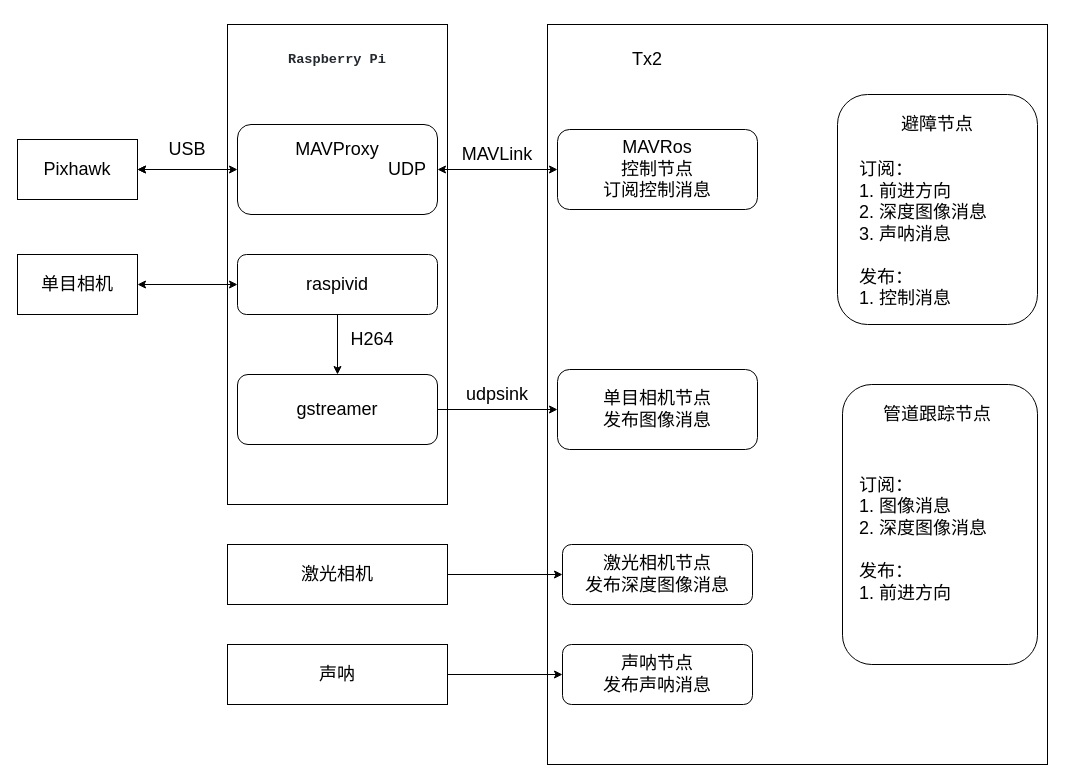
Above: Untitled Diagram.drawio in duaneya/tool_man (draw.io), before the change. Source tidied: cells renumbered, new cells numbered last; positions are measured from the earlier drawing's top-left corner, leaving out a move shared by most shapes. Both pictures are drawn from the tidied source at 100%, with x=0, y=0 at pixel (17, 24).
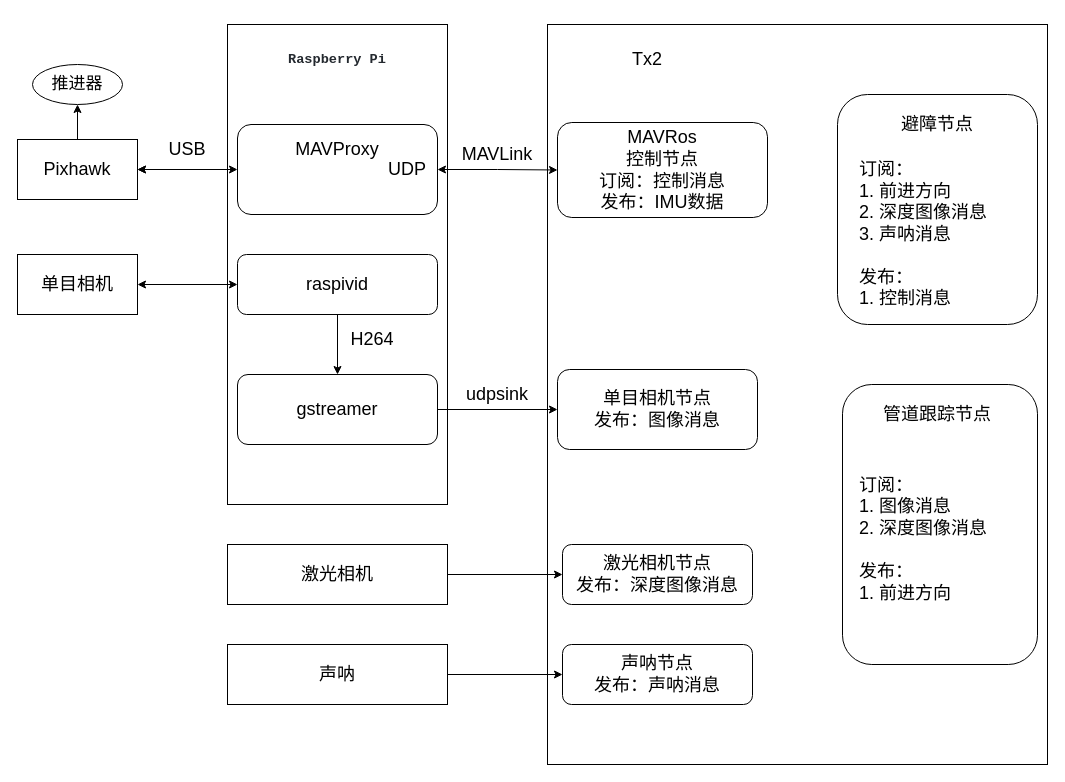
The same diagram, later.

The change refers to these unchanged cells:
```xml
<mxCell id="3" value="&lt;font style=&quot;font-size: 18px&quot;&gt;Pixhawk&lt;/font&gt;" style="rounded=0;whiteSpace=wrap;html=1;" parent="1" vertex="1">
  <mxGeometry y="115" width="120" height="60" as="geometry" />
</mxCell>
```

What changed in the source:
```diff
@@
+    <mxCell id="37" style="edgeStyle=orthogonalEdgeStyle;rounded=0;jettySize=auto;html=1;" parent="1" edge="1" source="3" target="38">
+      <mxGeometry relative="1" as="geometry" />
+    </mxCell>
@@
-    <mxCell id="11" value="MAVRos&lt;br&gt;控制节点&lt;br&gt;订阅控制消息" style="rounded=1;whiteSpace=wrap;html=1;fontSize=18;" parent="1" vertex="1">
-      <mxGeometry x="540" y="105" width="200" height="80" as="geometry" />
+    <mxCell id="11" value="MAVRos&lt;br&gt;控制节点&lt;br&gt;订阅：控制消息&lt;br&gt;发布：IMU数据" style="rounded=1;whiteSpace=wrap;html=1;fontSize=18;" parent="1" vertex="1">
+      <mxGeometry x="540" y="98" width="210" height="95" as="geometry" />
     </mxCell>
@@
-    <mxCell id="20" value="单目相机节点&lt;br&gt;发布图像消息" style="rounded=1;whiteSpace=wrap;html=1;fontSize=18;" parent="1" vertex="1">
+    <mxCell id="20" value="单目相机节点&lt;br&gt;发布：图像消息" style="rounded=1;whiteSpace=wrap;html=1;fontSize=18;" parent="1" vertex="1">
       <mxGeometry x="540" y="345" width="200" height="80" as="geometry" />
     </mxCell>
@@
-    <mxCell id="27" value="激光相机节点&lt;br&gt;发布深度图像消息" style="rounded=1;whiteSpace=wrap;html=1;fontSize=18;" parent="1" vertex="1">
+    <mxCell id="27" value="激光相机节点&lt;br&gt;发布：深度图像消息" style="rounded=1;whiteSpace=wrap;html=1;fontSize=18;" parent="1" vertex="1">
       <mxGeometry x="545" y="520" width="190" height="60" as="geometry" />
     </mxCell>
@@
-    <mxCell id="29" value="声呐节点&lt;br&gt;发布声呐消息" style="rounded=1;whiteSpace=wrap;html=1;fontSize=18;" parent="1" vertex="1">
+    <mxCell id="29" value="声呐节点&lt;br&gt;发布：声呐消息" style="rounded=1;whiteSpace=wrap;html=1;fontSize=18;" parent="1" vertex="1">
       <mxGeometry x="545" y="620" width="190" height="60" as="geometry" />
     </mxCell>
@@
+    <mxCell id="38" value="&lt;font style=&quot;font-size: 17px&quot;&gt;推进器&lt;/font&gt;" style="ellipse;whiteSpace=wrap;html=1;rounded=0;" parent="1" vertex="1">
+      <mxGeometry x="15" y="40" width="90" height="40" as="geometry" />
+    </mxCell>
```
